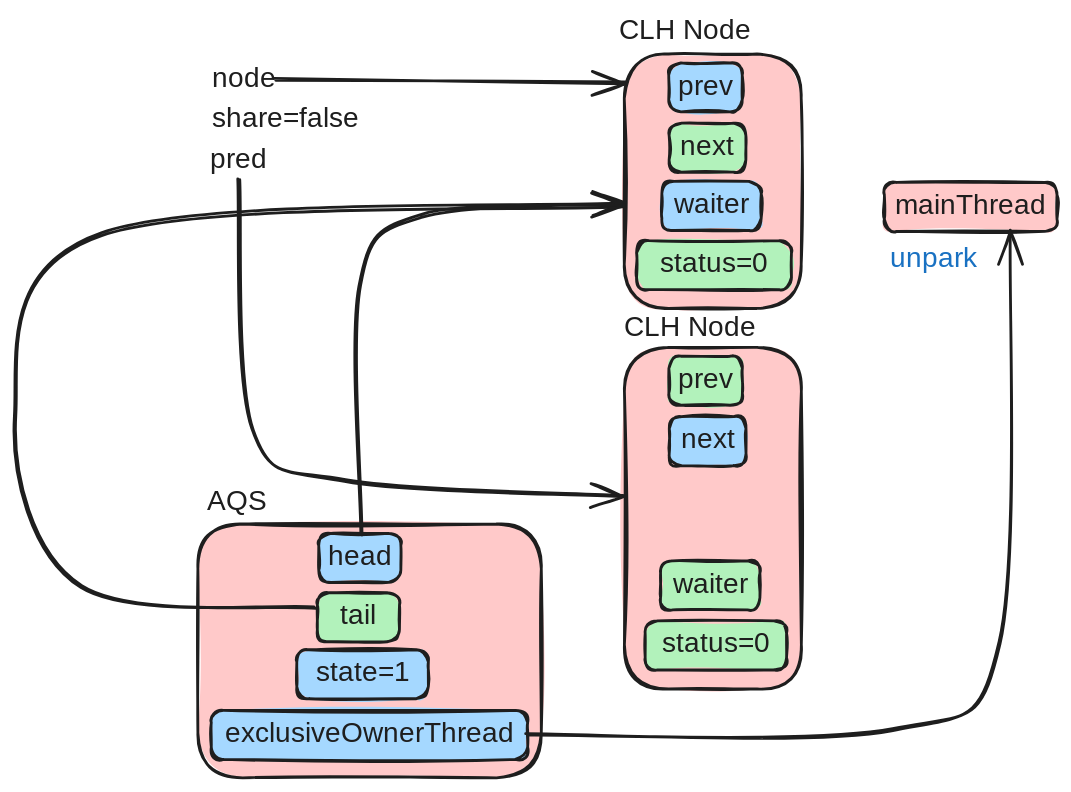
Earlier version of the Excalidraw export docs/Java/Concurrency/Sync/AQS_Multithread_LockedThread_UnLock_Acquire_2.excalidraw.svg (Xianzhan/xianzhan.github.io). Source tidied: one line per element, renumbered; positions are measured from the earlier drawing's top-left corner, leaving out a move shared by most shapes. Source of this version:
```json
{"id": 0, "type": "rectangle", "strokeColor": "#1e1e1e", "backgroundColor": "#ffc9c9", "fillStyle": "solid", "strokeWidth": 2, "roughness": 1, "round": true, "x": 130, "y": 364, "width": 245, "height": 181}
{"id": 1, "type": "rectangle", "strokeColor": "#1e1e1e", "backgroundColor": "#a5d8ff", "fillStyle": "solid", "strokeWidth": 2, "roughness": 1, "round": true, "x": 216, "y": 371, "width": 59, "height": 35}
{"id": 2, "type": "text", "text": "head", "strokeColor": "#1e1e1e", "backgroundColor": "#b2f2bb", "fillStyle": "solid", "strokeWidth": 2, "roughness": 1, "fontSize": 20, "fontFamily": 5, "textAlign": "center", "verticalAlign": "middle", "inside": 1, "x": 222, "y": 376, "width": 46, "height": 25}
{"id": 3, "type": "rectangle", "strokeColor": "#1e1e1e", "backgroundColor": "#b2f2bb", "fillStyle": "solid", "strokeWidth": 2, "roughness": 1, "round": true, "x": 215, "y": 413, "width": 59, "height": 35}
{"id": 4, "type": "text", "text": "tail", "strokeColor": "#1e1e1e", "backgroundColor": "#b2f2bb", "fillStyle": "solid", "strokeWidth": 2, "roughness": 1, "fontSize": 20, "fontFamily": 5, "textAlign": "center", "verticalAlign": "middle", "inside": 3, "x": 228, "y": 418, "width": 32, "height": 25}
{"id": 5, "type": "rectangle", "strokeColor": "#1e1e1e", "backgroundColor": "#a5d8ff", "fillStyle": "solid", "strokeWidth": 2, "roughness": 1, "round": true, "x": 200, "y": 454, "width": 94, "height": 35}
{"id": 6, "type": "text", "text": "state=1", "strokeColor": "#1e1e1e", "backgroundColor": "#b2f2bb", "fillStyle": "solid", "strokeWidth": 2, "roughness": 1, "fontSize": 20, "fontFamily": 5, "textAlign": "center", "verticalAlign": "middle", "inside": 5, "x": 210, "y": 459, "width": 75, "height": 25}
{"id": 7, "type": "rectangle", "strokeColor": "#1e1e1e", "backgroundColor": "#a5d8ff", "fillStyle": "solid", "strokeWidth": 2, "roughness": 1, "round": true, "x": 139, "y": 497, "width": 226, "height": 35}
{"id": 8, "type": "text", "text": "exclusiveOwnerThread", "strokeColor": "#1e1e1e", "backgroundColor": "#b2f2bb", "fillStyle": "solid", "strokeWidth": 2, "roughness": 1, "fontSize": 20, "fontFamily": 5, "textAlign": "center", "verticalAlign": "middle", "inside": 7, "x": 145, "y": 502, "width": 214, "height": 25}
{"id": 9, "type": "rectangle", "strokeColor": "#1e1e1e", "backgroundColor": "#ffc9c9", "fillStyle": "solid", "strokeWidth": 2, "roughness": 1, "round": true, "x": 434, "y": 238, "width": 126, "height": 244}
{"id": 10, "type": "rectangle", "strokeColor": "#1e1e1e", "backgroundColor": "#b2f2bb", "fillStyle": "solid", "strokeWidth": 2, "roughness": 1, "round": true, "x": 466, "y": 244, "width": 53, "height": 35}
{"id": 11, "type": "text", "text": "prev", "strokeColor": "#1e1e1e", "backgroundColor": "#ffc9c9", "fillStyle": "solid", "strokeWidth": 2, "roughness": 1, "fontSize": 20, "fontFamily": 5, "textAlign": "center", "verticalAlign": "middle", "inside": 10, "x": 472, "y": 249, "width": 40, "height": 25}
{"id": 12, "type": "rectangle", "strokeColor": "#1e1e1e", "backgroundColor": "#a5d8ff", "fillStyle": "solid", "strokeWidth": 2, "roughness": 1, "round": true, "x": 466, "y": 287, "width": 55, "height": 35}
{"id": 13, "type": "text", "text": "next", "strokeColor": "#1e1e1e", "backgroundColor": "#ffc9c9", "fillStyle": "solid", "strokeWidth": 2, "roughness": 1, "fontSize": 20, "fontFamily": 5, "textAlign": "center", "verticalAlign": "middle", "inside": 12, "x": 472, "y": 292, "width": 44, "height": 25}
{"id": 14, "type": "rectangle", "strokeColor": "#1e1e1e", "backgroundColor": "#b2f2bb", "fillStyle": "solid", "strokeWidth": 2, "roughness": 1, "round": true, "x": 460, "y": 391, "width": 71, "height": 35}
{"id": 15, "type": "text", "text": "waiter", "strokeColor": "#1e1e1e", "backgroundColor": "#ffc9c9", "fillStyle": "solid", "strokeWidth": 2, "roughness": 1, "fontSize": 20, "fontFamily": 5, "textAlign": "center", "verticalAlign": "middle", "inside": 14, "x": 466, "y": 396, "width": 60, "height": 25}
{"id": 16, "type": "rectangle", "strokeColor": "#1e1e1e", "backgroundColor": "#b2f2bb", "fillStyle": "solid", "strokeWidth": 2, "roughness": 1, "round": true, "x": 449, "y": 433, "width": 101, "height": 35}
{"id": 17, "type": "text", "text": "status=0", "strokeColor": "#1e1e1e", "backgroundColor": "#ffc9c9", "fillStyle": "solid", "strokeWidth": 2, "roughness": 1, "fontSize": 20, "fontFamily": 5, "textAlign": "center", "verticalAlign": "middle", "inside": 16, "x": 454, "y": 438, "width": 91, "height": 25}
{"id": 18, "type": "text", "text": "node", "strokeColor": "#1e1e1e", "strokeWidth": 2, "roughness": 1, "fontSize": 20, "fontFamily": 5, "x": 139, "y": 34, "width": 45, "height": 25}
{"id": 19, "type": "text", "text": "share=false", "strokeColor": "#1e1e1e", "strokeWidth": 2, "roughness": 1, "fontSize": 20, "fontFamily": 5, "x": 139, "y": 63, "width": 111, "height": 25}
{"id": 20, "type": "rectangle", "strokeColor": "#1e1e1e", "backgroundColor": "#ffc9c9", "fillStyle": "solid", "strokeWidth": 2, "roughness": 1, "round": true, "x": 434, "y": 28, "width": 126, "height": 182}
{"id": 21, "type": "rectangle", "strokeColor": "#1e1e1e", "backgroundColor": "#a5d8ff", "fillStyle": "solid", "strokeWidth": 2, "roughness": 1, "round": true, "x": 466, "y": 35, "width": 53, "height": 35}
{"id": 22, "type": "text", "text": "prev", "strokeColor": "#1e1e1e", "backgroundColor": "#ffc9c9", "fillStyle": "solid", "strokeWidth": 2, "roughness": 1, "fontSize": 20, "fontFamily": 5, "textAlign": "center", "verticalAlign": "middle", "inside": 21, "x": 472, "y": 40, "width": 40, "height": 25}
{"id": 23, "type": "rectangle", "strokeColor": "#1e1e1e", "backgroundColor": "#b2f2bb", "fillStyle": "solid", "strokeWidth": 2, "roughness": 1, "round": true, "x": 466, "y": 78, "width": 55, "height": 35}
{"id": 24, "type": "text", "text": "next", "strokeColor": "#1e1e1e", "backgroundColor": "#ffc9c9", "fillStyle": "solid", "strokeWidth": 2, "roughness": 1, "fontSize": 20, "fontFamily": 5, "textAlign": "center", "verticalAlign": "middle", "inside": 23, "x": 472, "y": 83, "width": 44, "height": 25}
{"id": 25, "type": "rectangle", "strokeColor": "#1e1e1e", "backgroundColor": "#a5d8ff", "fillStyle": "solid", "strokeWidth": 2, "roughness": 1, "round": true, "x": 461, "y": 119, "width": 71, "height": 35}
{"id": 26, "type": "text", "text": "waiter", "strokeColor": "#1e1e1e", "backgroundColor": "#ffc9c9", "fillStyle": "solid", "strokeWidth": 2, "roughness": 1, "fontSize": 20, "fontFamily": 5, "textAlign": "center", "verticalAlign": "middle", "inside": 25, "x": 467, "y": 124, "width": 60, "height": 25}
{"id": 27, "type": "rectangle", "strokeColor": "#1e1e1e", "backgroundColor": "#b2f2bb", "fillStyle": "solid", "strokeWidth": 2, "roughness": 1, "round": true, "x": 443, "y": 162, "width": 111, "height": 35}
{"id": 28, "type": "text", "text": "status=0", "strokeColor": "#1e1e1e", "backgroundColor": "#ffc9c9", "fillStyle": "solid", "strokeWidth": 2, "roughness": 1, "fontSize": 20, "fontFamily": 5, "textAlign": "center", "verticalAlign": "middle", "inside": 27, "x": 453, "y": 167, "width": 91, "height": 25}
{"id": 29, "type": "arrow", "strokeColor": "#1e1e1e", "backgroundColor": "#a5d8ff", "fillStyle": "solid", "strokeWidth": 2, "roughness": 1, "endArrowhead": "arrow", "round": true, "from": 18, "to": 20, "x": 185, "y": 48, "width": 251, "height": 1, "points": [[0, 0], [251, 1]]}
{"id": 30, "type": "text", "text": "pred", "strokeColor": "#1e1e1e", "strokeWidth": 2, "roughness": 1, "fontSize": 20, "fontFamily": 5, "x": 138, "y": 92, "width": 41, "height": 25}
{"id": 31, "type": "rectangle", "strokeColor": "#1e1e1e", "backgroundColor": "#ffc9c9", "fillStyle": "solid", "strokeWidth": 2, "roughness": 1, "round": true, "x": 620, "y": 120, "width": 123, "height": 35}
{"id": 32, "type": "text", "text": "mainThread", "strokeColor": "#1e1e1e", "strokeWidth": 2, "roughness": 1, "fontSize": 20, "fontFamily": 5, "textAlign": "center", "verticalAlign": "middle", "inside": 31, "x": 626, "y": 125, "width": 111, "height": 25}
{"id": 33, "type": "arrow", "strokeColor": "#1e1e1e", "strokeWidth": 2, "roughness": 1, "endArrowhead": "arrow", "round": true, "from": 30, "to": 9, "x": 159, "y": 117, "width": 273, "height": 227, "points": [[0, 0], [10, 180], [76, 216], [273, 227]]}
{"id": 34, "type": "text", "text": "unpark", "strokeColor": "#1971c2", "backgroundColor": "#a5d8ff", "fillStyle": "solid", "strokeWidth": 2, "roughness": 1, "fontSize": 20, "fontFamily": 5, "x": 624, "y": 163, "width": 63, "height": 25}
{"id": 35, "type": "arrow", "strokeColor": "#1e1e1e", "strokeWidth": 2, "roughness": 1, "endArrowhead": "arrow", "round": true, "from": 3, "to": 20, "x": 214, "y": 425, "width": 433, "height": 288, "points": [[0, 0], [-168, -16], [-214, -138], [-152, -267], [220, -288]]}
{"id": 36, "type": "text", "text": "AQS", "strokeColor": "#1e1e1e", "strokeWidth": 2, "roughness": 1, "fontSize": 20, "fontFamily": 5, "x": 136, "y": 337, "width": 41, "height": 25}
{"id": 37, "type": "text", "text": "CLH Node", "strokeColor": "#1e1e1e", "strokeWidth": 2, "roughness": 1, "fontSize": 20, "fontFamily": 5, "x": 430, "y": 0, "width": 90, "height": 25}
{"id": 38, "type": "text", "text": "CLH Node", "strokeColor": "#1e1e1e", "strokeWidth": 2, "roughness": 1, "fontSize": 20, "fontFamily": 5, "x": 434, "y": 212, "width": 90, "height": 25}
{"id": 39, "type": "arrow", "strokeColor": "#1e1e1e", "backgroundColor": "#a5d8ff", "fillStyle": "solid", "strokeWidth": 2, "roughness": 1, "endArrowhead": "arrow", "round": true, "from": 1, "to": 20, "x": 246, "y": 372, "width": 190, "height": 237, "points": [[0, 0], [1, -177], [44, -227], [190, -237]]}
{"id": 40, "type": "arrow", "strokeColor": "#1e1e1e", "backgroundColor": "#a5d8ff", "fillStyle": "solid", "strokeWidth": 2, "roughness": 1, "endArrowhead": "arrow", "round": true, "from": 7, "to": 31, "x": 365, "y": 515, "width": 345, "height": 360, "points": [[0, 0], [261, -5], [337, -66], [345, -360]]}
```
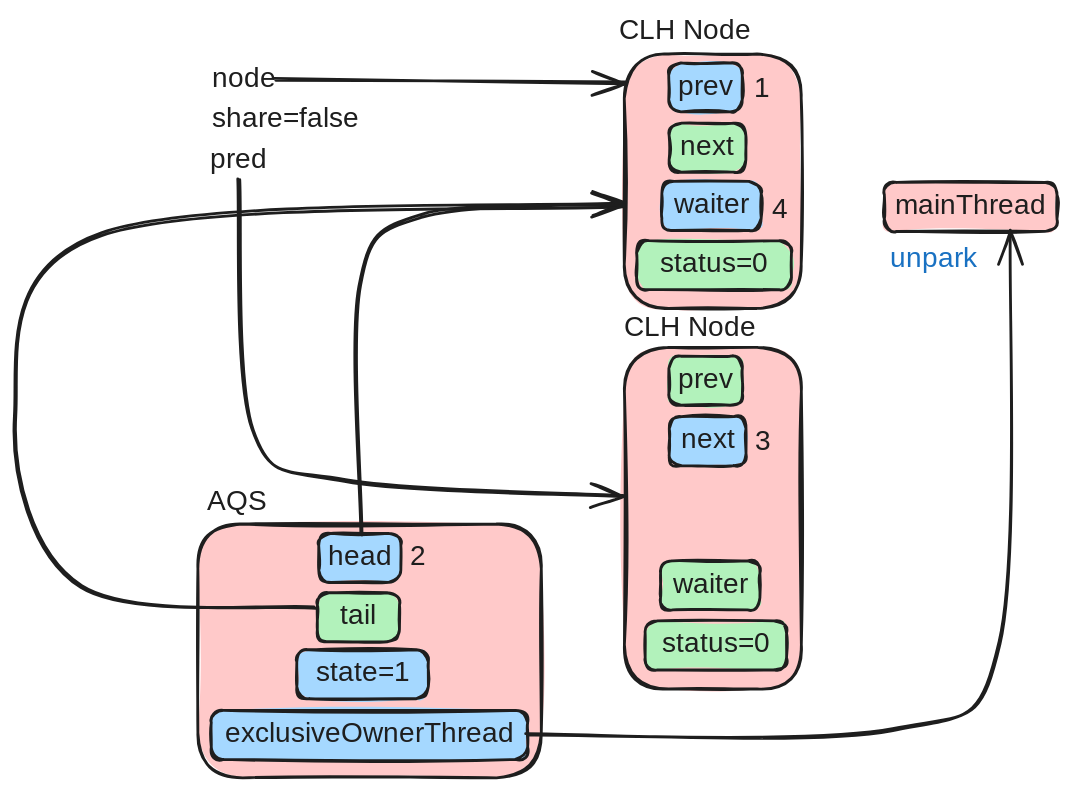
The same diagram one commit later.

Diff of the diagram source:
```diff
@@ -39,3 +39,7 @@
 {"id": 38, "type": "text", "text": "CLH Node", "strokeColor": "#1e1e1e", "strokeWidth": 2, "roughness": 1, "fontSize": 20, "fontFamily": 5, "x": 434, "y": 212, "width": 90, "height": 25}
 {"id": 39, "type": "arrow", "strokeColor": "#1e1e1e", "backgroundColor": "#a5d8ff", "fillStyle": "solid", "strokeWidth": 2, "roughness": 1, "endArrowhead": "arrow", "round": true, "from": 1, "to": 20, "x": 246, "y": 372, "width": 190, "height": 237, "points": [[0, 0], [1, -177], [44, -227], [190, -237]]}
 {"id": 40, "type": "arrow", "strokeColor": "#1e1e1e", "backgroundColor": "#a5d8ff", "fillStyle": "solid", "strokeWidth": 2, "roughness": 1, "endArrowhead": "arrow", "round": true, "from": 7, "to": 31, "x": 365, "y": 515, "width": 345, "height": 360, "points": [[0, 0], [261, -5], [337, -66], [345, -360]]}
+{"id": 41, "type": "text", "text": "1", "strokeColor": "#1e1e1e", "strokeWidth": 2, "roughness": 1, "fontSize": 20, "fontFamily": 5, "x": 527, "y": 42, "width": 9, "height": 25}
+{"id": 42, "type": "text", "text": "2", "strokeColor": "#1e1e1e", "strokeWidth": 2, "roughness": 1, "fontSize": 20, "fontFamily": 5, "x": 281, "y": 376, "width": 14, "height": 25}
+{"id": 43, "type": "text", "text": "3", "strokeColor": "#1e1e1e", "strokeWidth": 2, "roughness": 1, "fontSize": 20, "fontFamily": 5, "x": 528, "y": 294, "width": 12, "height": 25}
+{"id": 44, "type": "text", "text": "4", "strokeColor": "#1e1e1e", "strokeWidth": 2, "roughness": 1, "fontSize": 20, "fontFamily": 5, "x": 540, "y": 128, "width": 12, "height": 25}
```
